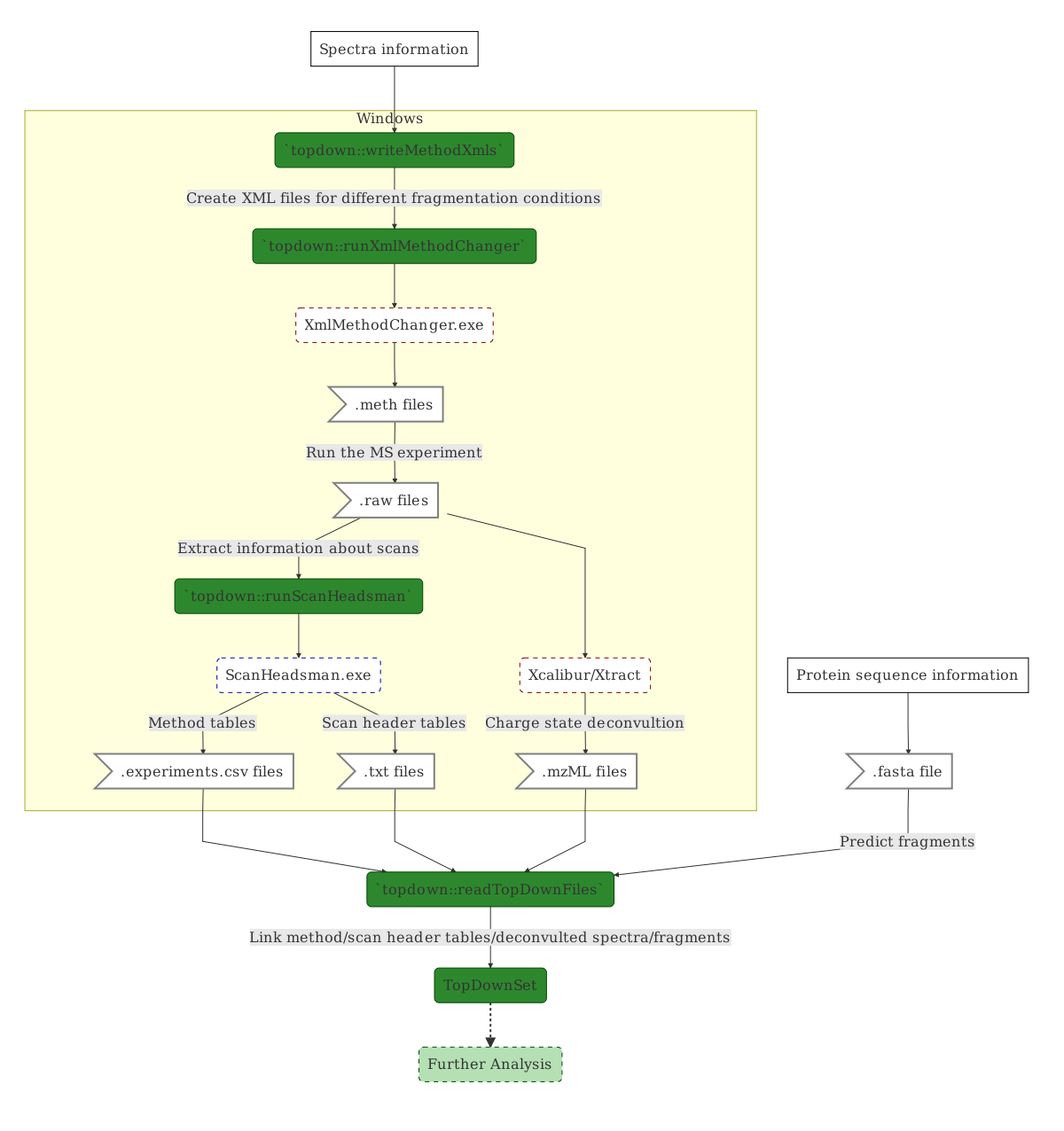
sgibb/topdownr keeps this Mermaid diagram as vignettes/images/workflow/data-generation.mmd.png. Above is the earlier version. Its source is kept beside it as vignettes/images/workflow/data-generation.mmd.
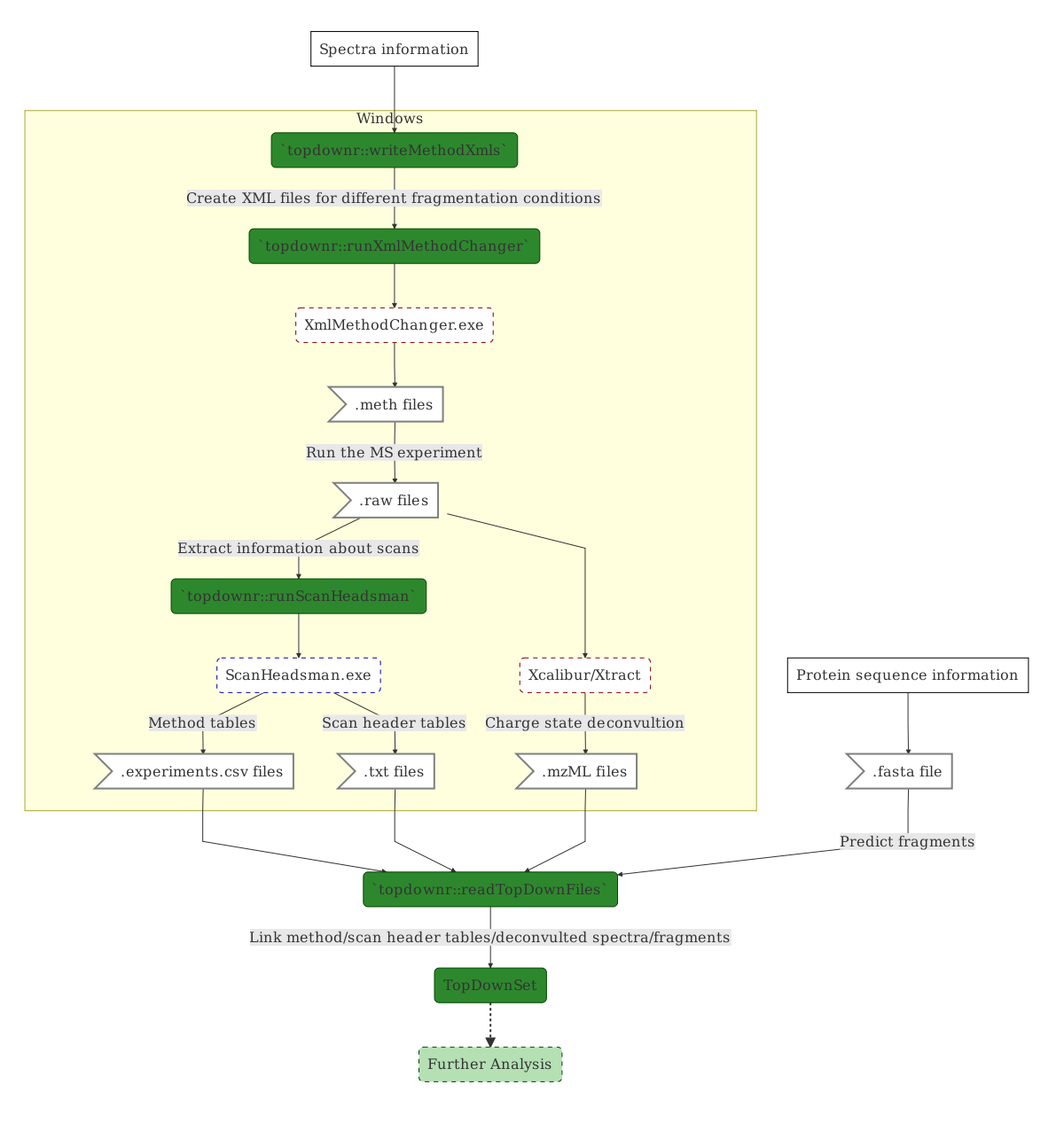
After the change.

Diff of the diagram source:
```diff
@@ -1,10 +1,10 @@
 graph TD
 subgraph Windows
-   tdwmx(`topdown::writeMethodXmls`) -- Create XML files for different fragmentation conditions --> tdrxmc(`topdown::runXmlMethodChanger`)
+   tdwmx(`topdownr::writeMethodXmls`) -- Create XML files for different fragmentation conditions --> tdrxmc(`topdownr::runXmlMethodChanger`)
    tdrxmc --> thxmc(XmlMethodChanger.exe)
    thxmc --> fMeth>.meth files]
    fMeth --Run the MS experiment --> fRaw>.raw files]
-   fRaw -- Extract information about scans --> tdsh(`topdown::runScanHeadsman`)
+   fRaw -- Extract information about scans --> tdsh(`topdownr::runScanHeadsman`)
    tdsh --> sh(ScanHeadsman.exe)
    sh -- Method tables --> fCsv>.experiments.csv files]
    sh -- Scan header tables --> fTxt>.txt files]
@@ -16,21 +16,21 @@
 
 psi[Protein sequence information] --> fFasta>.fasta file]
 
-fCsv -->  td(`topdown::readTopDownFiles`)
+fCsv -->  td(`topdownr::readTopDownFiles`)
 fTxt --> td
 fMzMl --> td
 fFasta -- Predict fragments  --> td
 td -- Link method/scan header tables/deconvulted spectra/fragments --> tds(TopDownSet)
 tds -.-> analysis(Further Analysis)
 
-classDef topdownClass fill:#2D882D,stroke:#004400
+classDef topdownrClass fill:#2D882D,stroke:#004400
 classDef thermoClass fill:#FFFFFF,stroke:#7C0000,stroke-dasharray:5
 classDef scanheadsmanClass fill:#FFFFFF,stroke:#0000AA,stroke-dasharray:5
 classDef fileClass fill:#FFFFFF,stroke:#808080,stroke-width:2
 classDef infoClass fill:#FFFFFF,stroke:#000000
 classDef unknownClass fill:#B4E0B4,stroke:#004400,stroke-dasharray:5
 
-class tdwmx,tdrxmc,tdsh,td,tds topdownClass
+class tdwmx,tdrxmc,tdsh,td,tds topdownrClass
 class thxmc,thxcal thermoClass
 class sh scanheadsmanClass
 class fFasta,fMeth,fRaw,fCsv,fTxt,fMzMl fileClass
```
